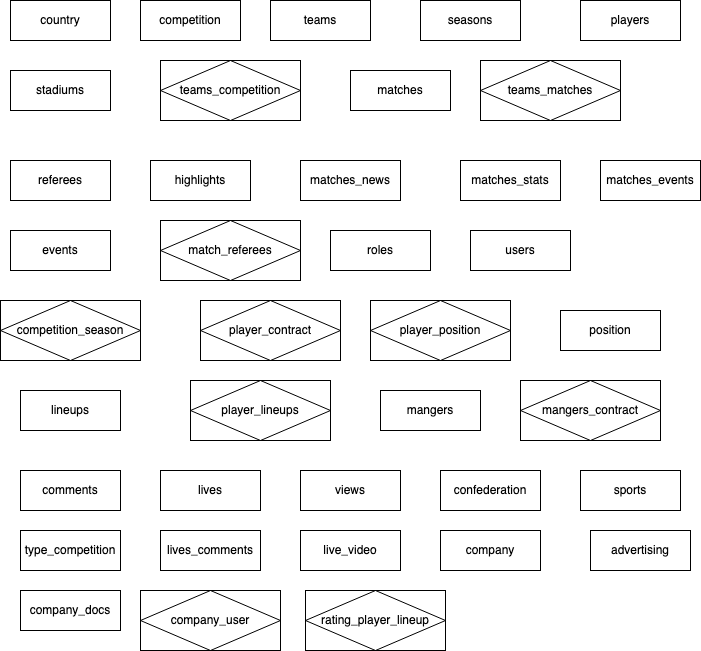
Above: football_feed.drawio.png in EricksonVaz/master_nodejs (draw.io), before the change. Source tidied: cells renumbered, new cells last; positions are measured from the earlier drawing's top-left corner, leaving out a move shared by most shapes.
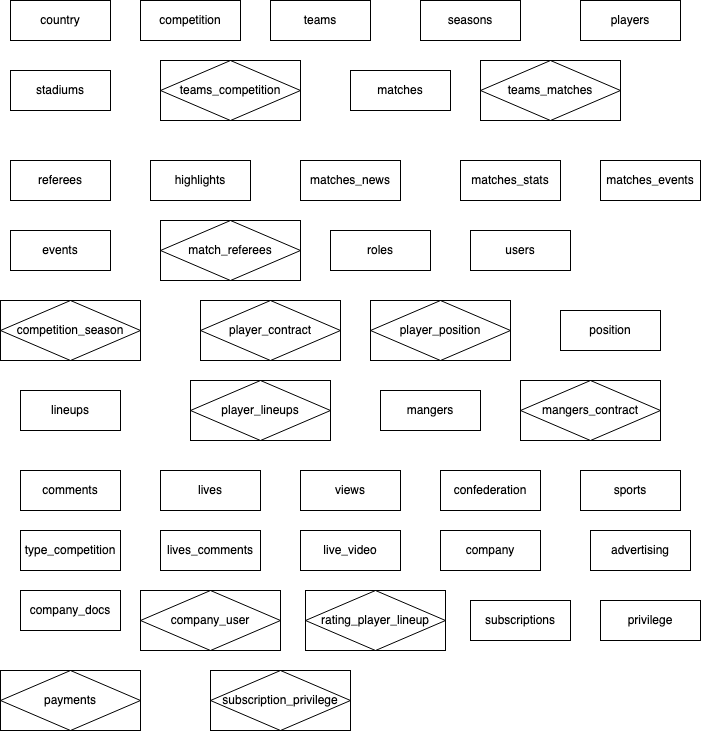
After the commit.

Commit message:
Add Id hash in all table, subscriptions entities done

Change to the diagram source:
```diff
@@ -119,5 +119,17 @@
     <mxCell id="40" value="rating_player_lineup" style="shape=associativeEntity;whiteSpace=wrap;html=1;align=center;" parent="1" vertex="1">
       <mxGeometry x="305" y="590" width="140" height="60" as="geometry" />
     </mxCell>
+    <mxCell id="41" value="payments" style="shape=associativeEntity;whiteSpace=wrap;html=1;align=center;" parent="1" vertex="1">
+      <mxGeometry y="670" width="140" height="60" as="geometry" />
+    </mxCell>
+    <mxCell id="42" value="subscriptions" style="whiteSpace=wrap;html=1;align=center;" parent="1" vertex="1">
+      <mxGeometry x="470" y="600" width="100" height="40" as="geometry" />
+    </mxCell>
+    <mxCell id="43" value="privilege" style="whiteSpace=wrap;html=1;align=center;" parent="1" vertex="1">
+      <mxGeometry x="600" y="600" width="100" height="40" as="geometry" />
+    </mxCell>
+    <mxCell id="44" value="subscription_privilege" style="shape=associativeEntity;whiteSpace=wrap;html=1;align=center;" parent="1" vertex="1">
+      <mxGeometry x="210" y="670" width="140" height="60" as="geometry" />
+    </mxCell>
   </root>
 </mxGraphModel>
```
